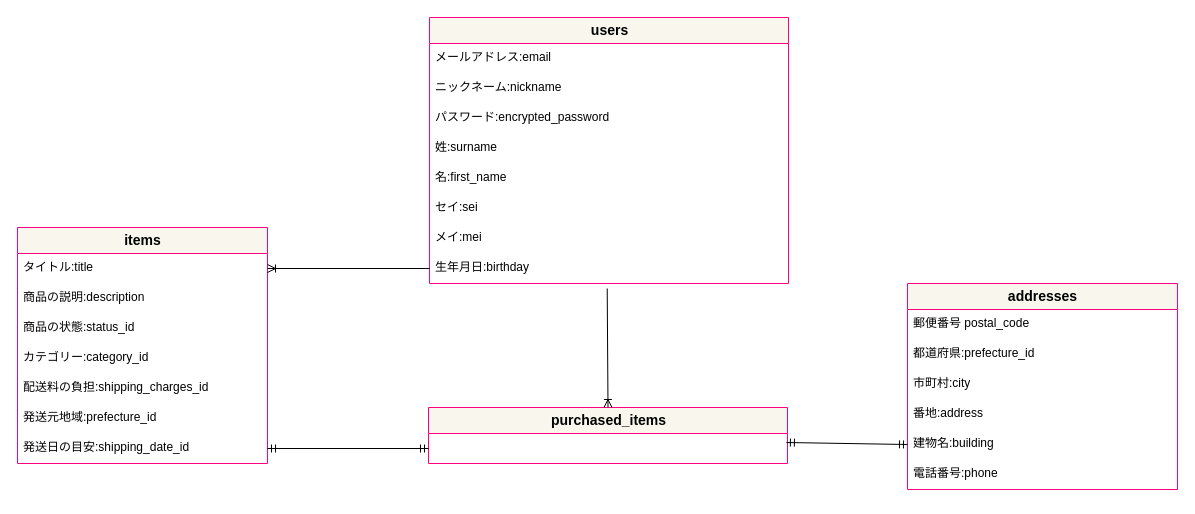
Earlier version of the draw.io diagram er.dio (MikaArakawa/furima-35455). Source tidied: cells renumbered, new cells numbered last; positions are measured from the earlier drawing's top-left corner, leaving out a move shared by most shapes. Both pictures are drawn from the tidied source at 100%, with x=0, y=0 at pixel (17, 17).
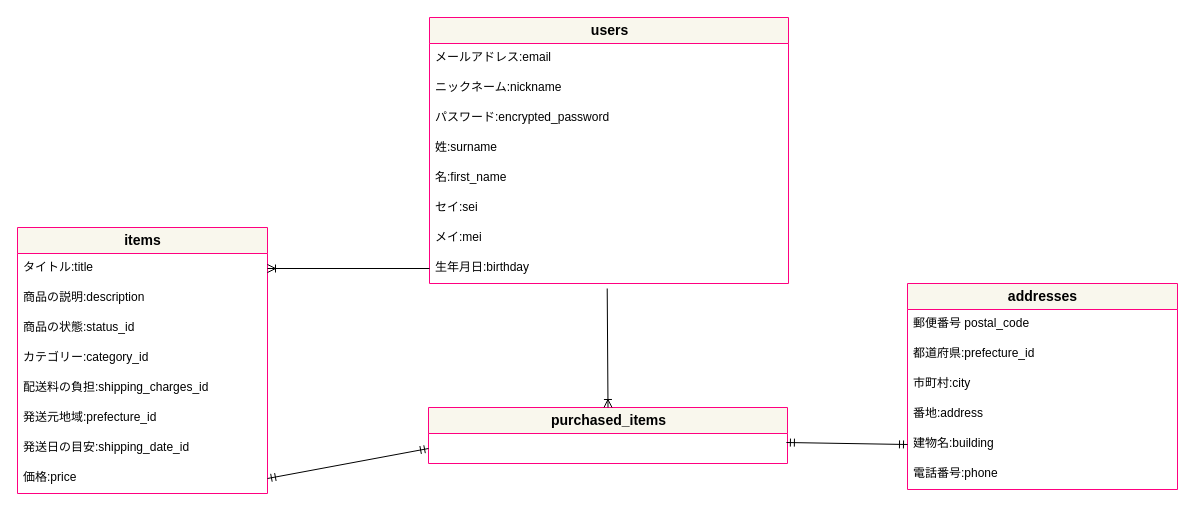
The same page after the edit.

Commit message (it also covers changes not shown here):
priceカラム追加

Change to the diagram source:
```diff
@@
     <mxCell id="2" value="&lt;font color=&quot;#000000&quot;&gt;&lt;b&gt;items&lt;/b&gt;&lt;/font&gt;" style="swimlane;fontStyle=0;horizontal=1;startSize=26;align=center;fontSize=14;strokeColor=#FF0080;fillColor=#f9f7ed;html=1;" parent="1" vertex="1">
-      <mxGeometry y="210" width="250" height="236" as="geometry" />
+      <mxGeometry y="210" width="250" height="266" as="geometry" />
     </mxCell>
@@
+    <mxCell id="31" value="発送日の目安:shipping_date_id" style="text;strokeColor=none;fillColor=none;spacingLeft=4;spacingRight=4;overflow=hidden;fontSize=12;" parent="2" vertex="1">
+      <mxGeometry y="206" width="250" height="30" as="geometry" />
+    </mxCell>
-    <mxCell id="9" value="発送日の目安:shipping_date_id" style="text;strokeColor=none;fillColor=none;spacingLeft=4;spacingRight=4;overflow=hidden;points=[[0,0.5],[1,0.5]];portConstraint=eastwest;fontSize=12;" parent="2" vertex="1">
-      <mxGeometry y="206" width="250" height="30" as="geometry" />
+    <mxCell id="9" value="価格:price" style="text;strokeColor=none;fillColor=none;spacingLeft=4;spacingRight=4;overflow=hidden;points=[[0,0.5],[1,0.5]];portConstraint=eastwest;fontSize=12;" parent="2" vertex="1">
+      <mxGeometry y="236" width="250" height="30" as="geometry" />
     </mxCell>
```
